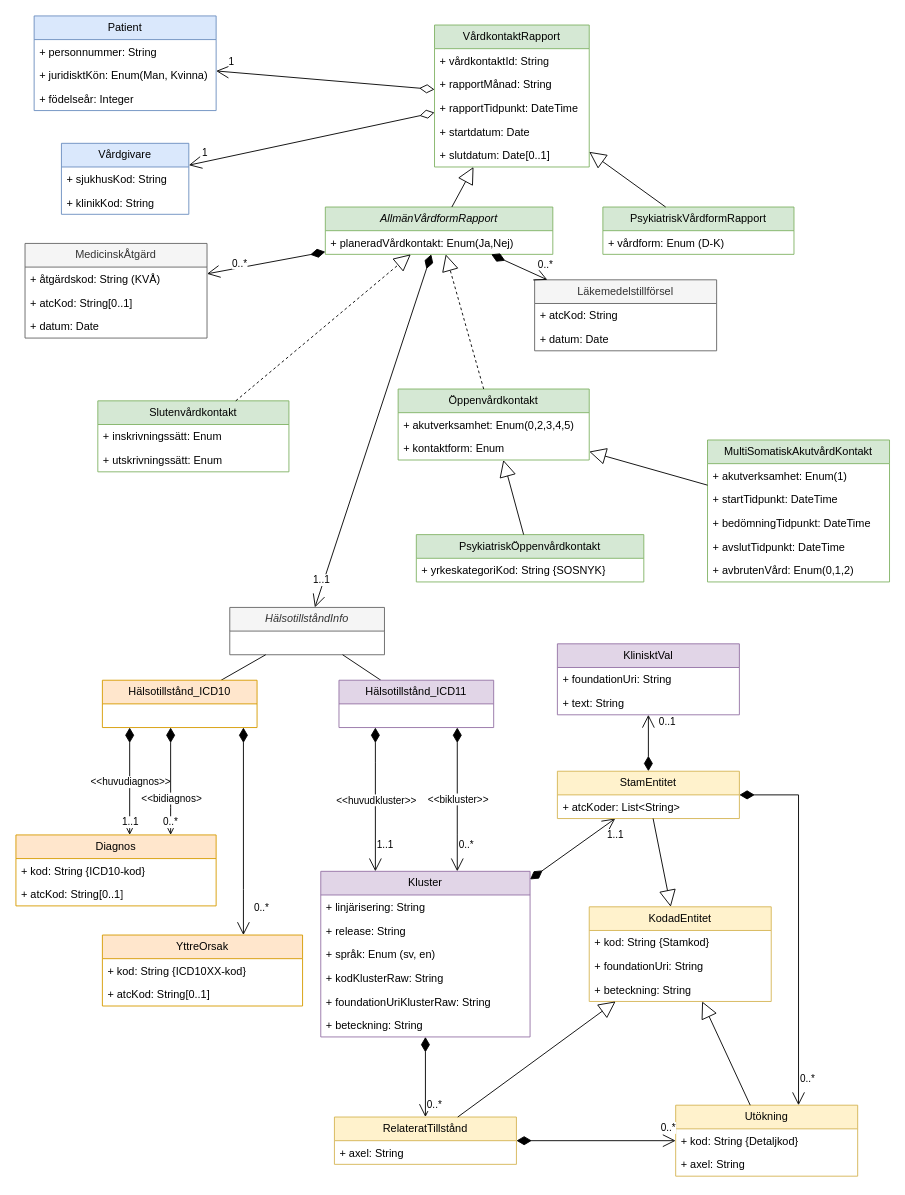
Earlier version of the draw.io diagram page "Stående" (2 of 2) of Klassmodell ICD11.drawio (bhagqvist-consid/ICD11). Source tidied: cells renumbered, new cells numbered last; positions are measured from the earlier drawing's top-left corner, leaving out a move shared by most shapes. Both pictures are drawn from the tidied source at 91%, with x=0, y=0 at pixel (15, 15).
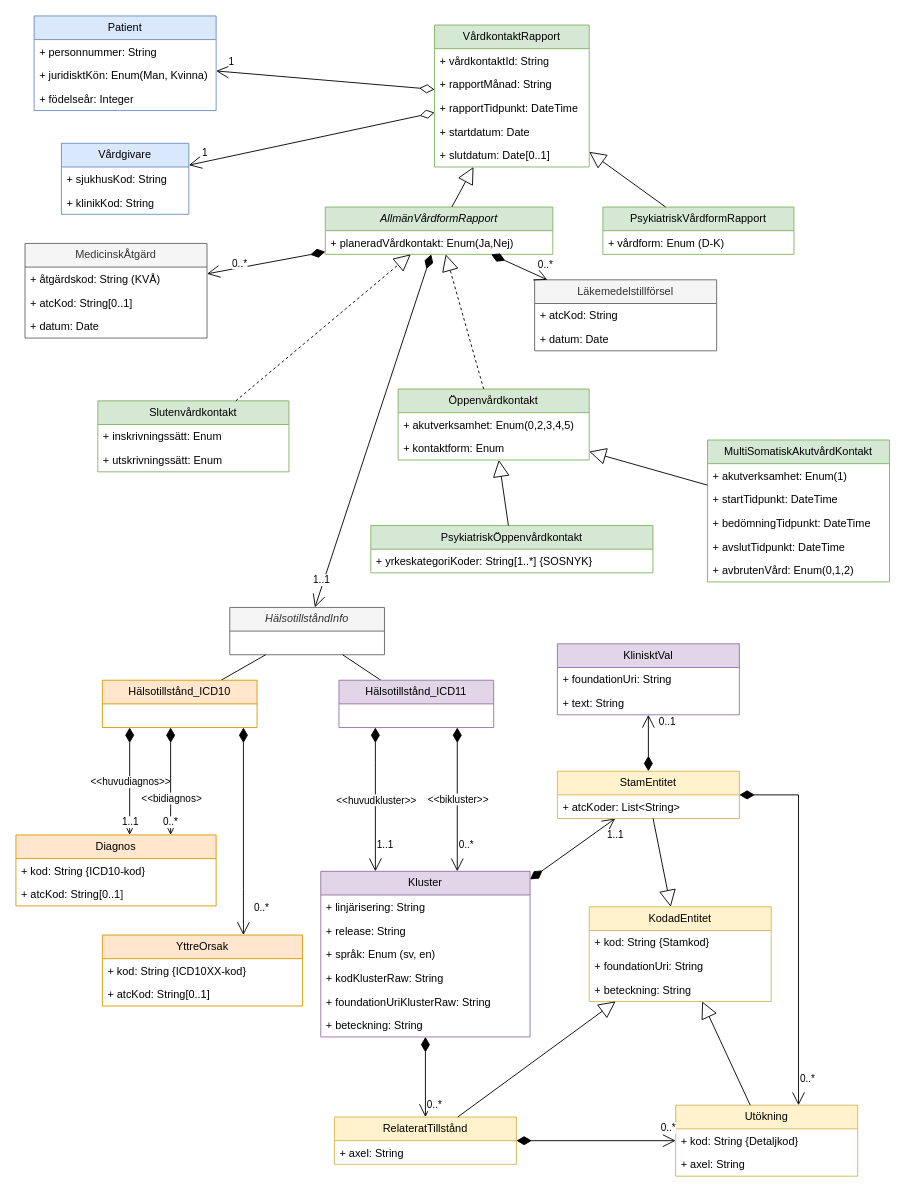
The same page after the edit.

What changed in the source:
```diff
@@
     <mxCell id="92" value="PsykiatriskÖppenvårdkontakt" style="swimlane;fontStyle=0;horizontal=1;startSize=26;fillColor=#d5e8d4;whiteSpace=wrap;html=1;strokeColor=#82b366;" parent="1" vertex="1">
-      <mxGeometry x="440" y="570" width="250" height="52" as="geometry" />
+      <mxGeometry x="390" y="560" width="310" height="52" as="geometry" />
     </mxCell>
-    <mxCell id="93" value="+ yrkeskategoriKod: String {SOSNYK}" style="text;strokeColor=none;fillColor=none;align=left;verticalAlign=top;spacingLeft=4;spacingRight=4;overflow=hidden;whiteSpace=wrap;html=1;" parent="92" vertex="1">
-      <mxGeometry y="26" width="250" height="26" as="geometry" />
+    <mxCell id="93" value="+ yrkeskategoriKoder: String[1..*] {SOSNYK}" style="text;strokeColor=none;fillColor=none;align=left;verticalAlign=top;spacingLeft=4;spacingRight=4;overflow=hidden;whiteSpace=wrap;html=1;" parent="92" vertex="1">
+      <mxGeometry y="26" width="310" height="26" as="geometry" />
     </mxCell>
```
